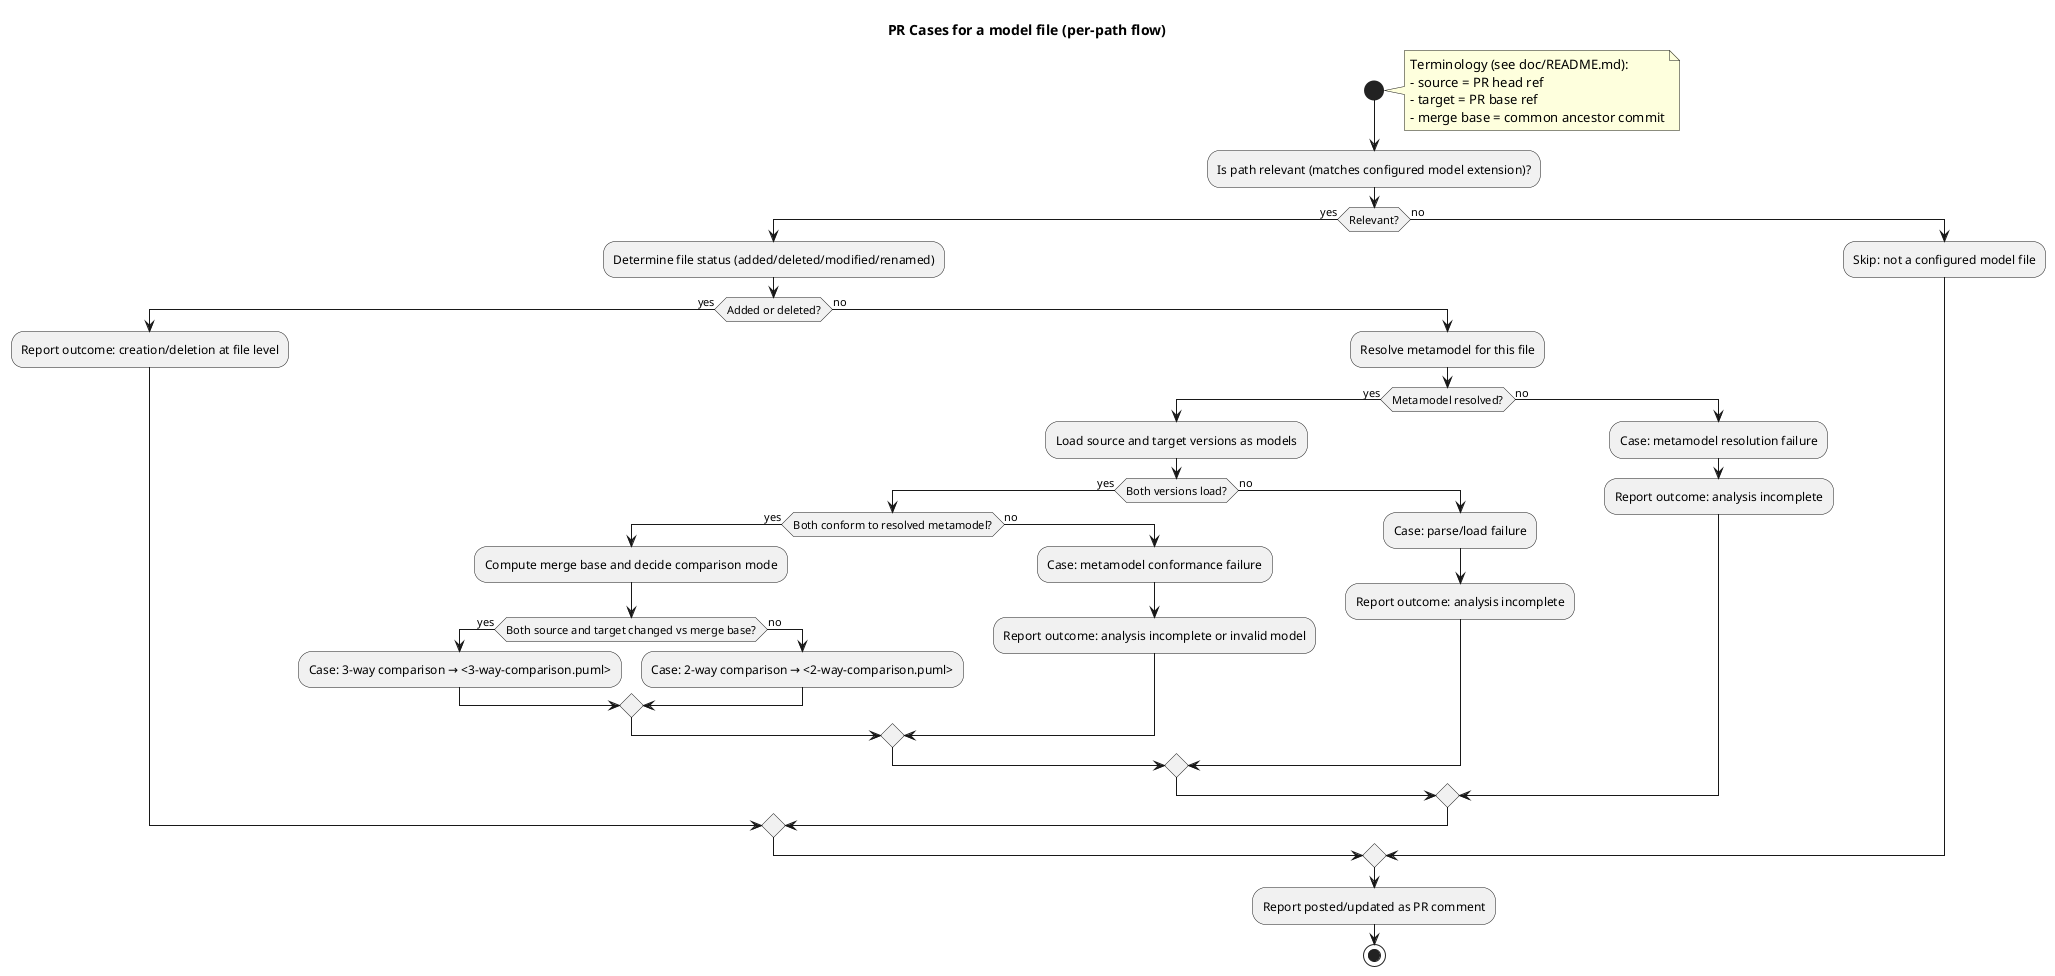
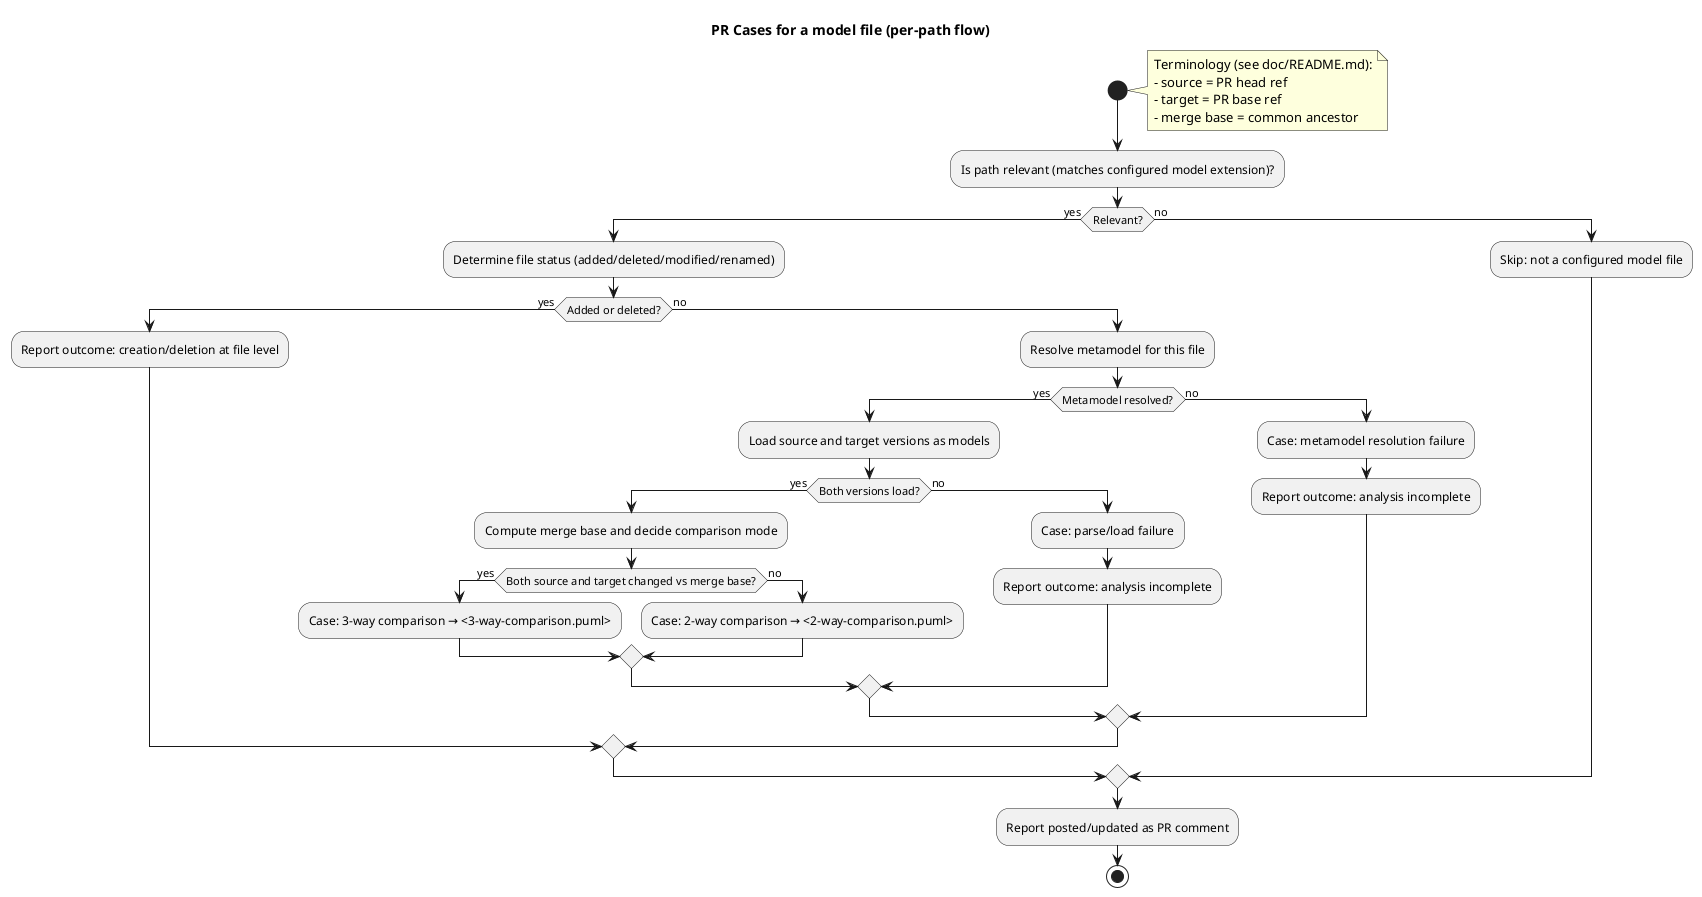
@startuml pr-model-file-cases-all
title PR Cases for a model file (per-path flow)

start

note right
  Terminology (see doc/README.md):
  - source = PR head ref
  - target = PR base ref
-   - merge base = common ancestor commit
+   - merge base = common ancestor
end note

:Is path relevant (matches configured model extension)?;
if (Relevant?) then (yes)
  :Determine file status (added/deleted/modified/renamed);

  if (Added or deleted?) then (yes)
    :Report outcome: creation/deletion at file level;
  else (no)
    :Resolve metamodel for this file;
    if (Metamodel resolved?) then (yes)
      :Load source and target versions as models;
      if (Both versions load?) then (yes)
-         if (Both conform to resolved metamodel?) then (yes)
-           :Compute merge base and decide comparison mode;
-           if (Both source and target changed vs merge base?) then (yes)
-             :Case: 3-way comparison → <3-way-comparison.puml>;
-           else (no)
-             :Case: 2-way comparison → <2-way-comparison.puml>;
-           endif
+         :Compute merge base and decide comparison mode;
+         if (Both source and target changed vs merge base?) then (yes)
+           :Case: 3-way comparison → <3-way-comparison.puml>;
        else (no)
-           :Case: metamodel conformance failure;
-           :Report outcome: analysis incomplete or invalid model;
+           :Case: 2-way comparison → <2-way-comparison.puml>;
        endif
      else (no)
        :Case: parse/load failure;
        :Report outcome: analysis incomplete;
      endif
    else (no)
      :Case: metamodel resolution failure;
      :Report outcome: analysis incomplete;
    endif
  endif

else (no)
  :Skip: not a configured model file;
endif

:Report posted/updated as PR comment;

stop
@enduml
